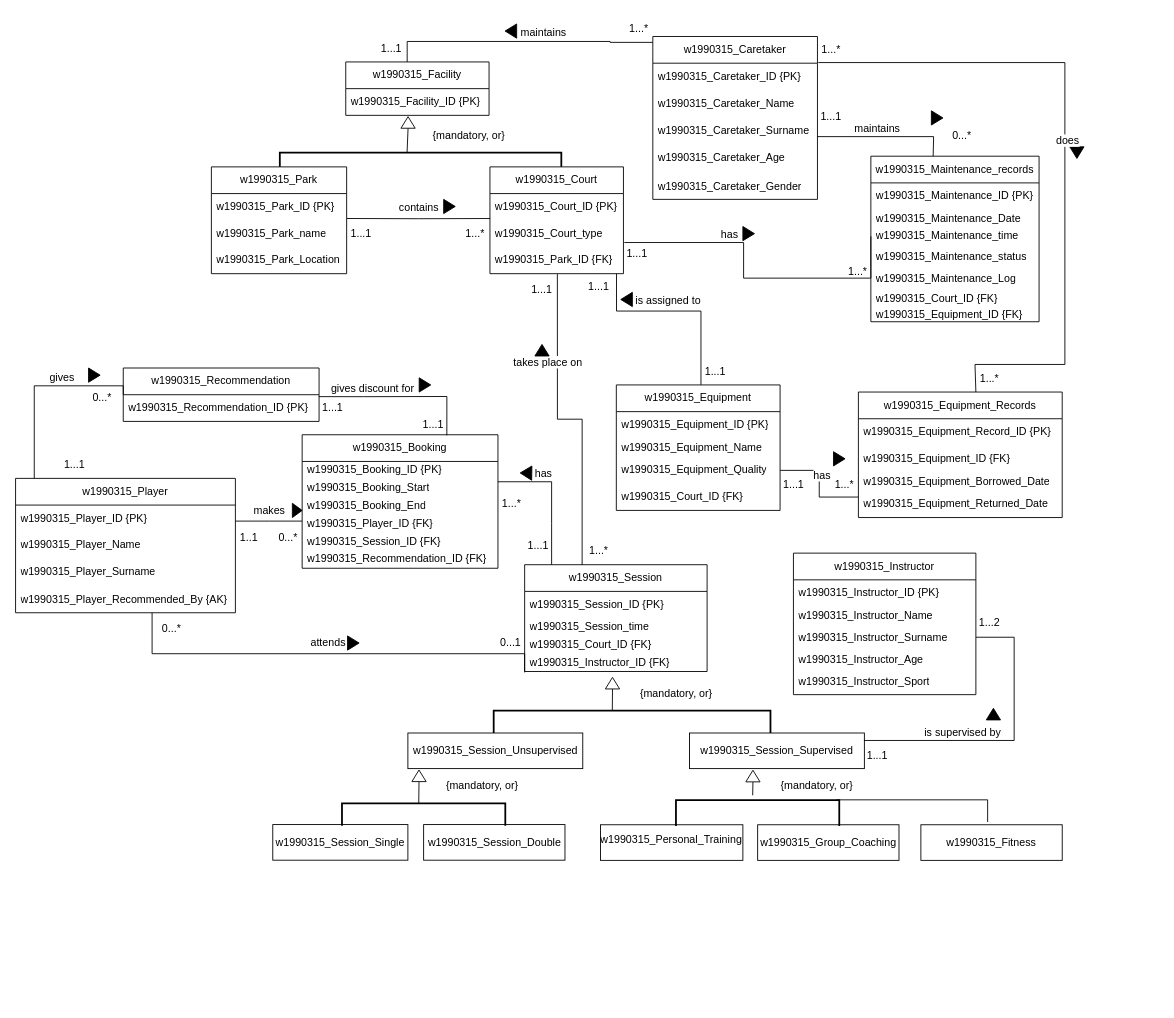
Earlier version of the draw.io diagram page "Strona-1" (1 of 3) of DB_cwk.drawio (frajdzia/DB_cwk). Source tidied: cells renumbered, new cells numbered last; positions are measured from the earlier drawing's top-left corner, leaving out a move shared by most shapes. Both pictures are drawn from the tidied source at 89%, with x=0, y=0 at pixel (15, 15).
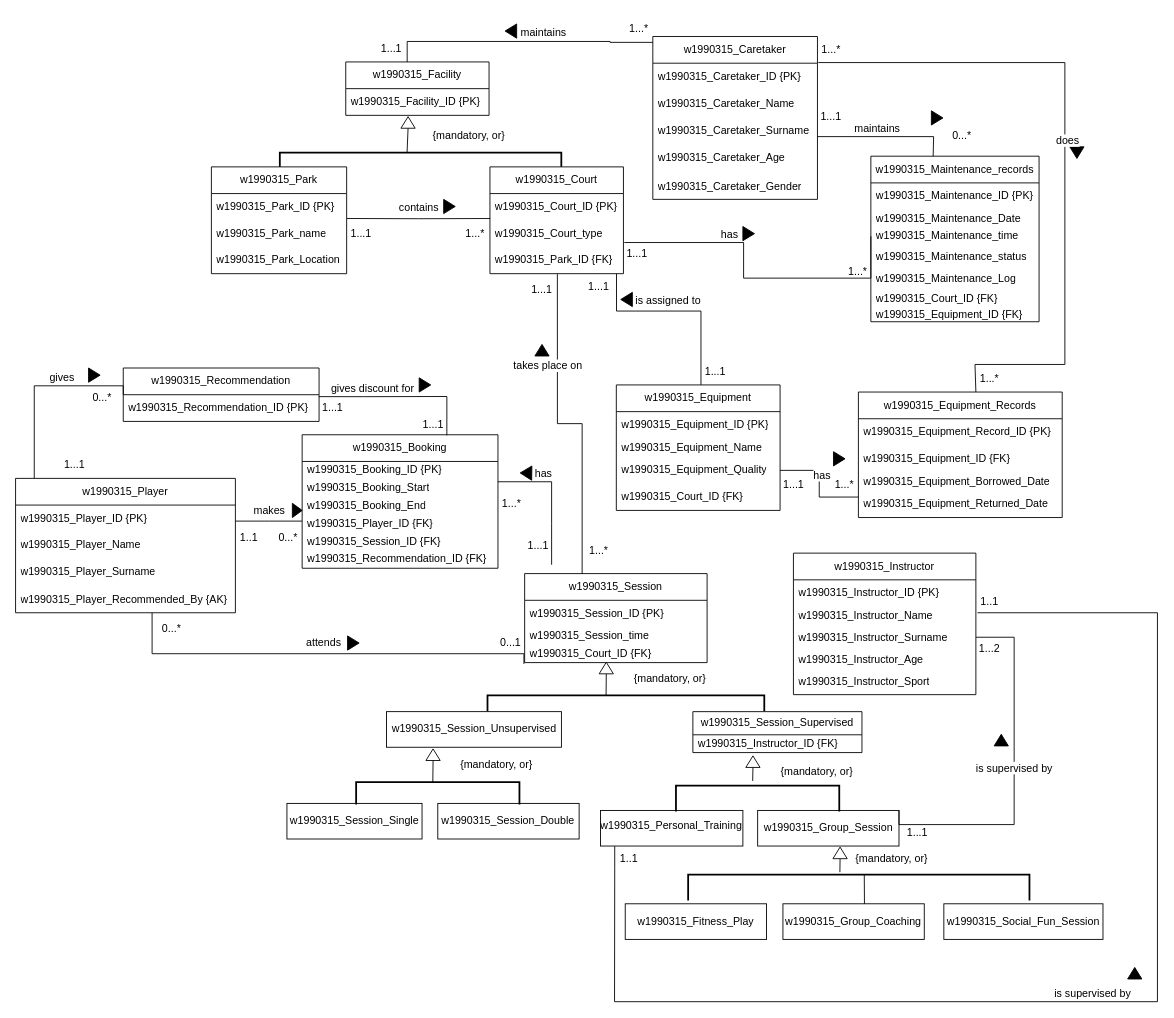
The same diagram, later.

Unchanged cells that the change refers to:
```xml
<mxCell id="20" value="w1990315_Court_ID {FK}" style="text;strokeColor=none;fillColor=none;align=left;verticalAlign=middle;spacingLeft=4;spacingRight=4;overflow=hidden;points=[[0,0.5],[1,0.5]];portConstraint=eastwest;whiteSpace=wrap;html=1;" parent="17" vertex="1">
  <mxGeometry y="80" width="205" height="20" as="geometry" />
</mxCell>
<mxCell id="26" value="&lt;span style=&quot;text-align: center;&quot;&gt;w1990315_&lt;/span&gt;Player_Recommended_By {AK}" style="text;strokeColor=none;fillColor=none;align=left;verticalAlign=middle;spacingLeft=4;spacingRight=4;overflow=hidden;points=[[0,0.5],[1,0.5]];portConstraint=eastwest;whiteSpace=wrap;html=1;" parent="22" vertex="1">
  <mxGeometry y="120" width="247" height="31" as="geometry" />
</mxCell>
<mxCell id="85" value="&lt;span style=&quot;text-align: center;&quot;&gt;w1990315_Instructor_Surname&lt;/span&gt;" style="text;strokeColor=none;fillColor=none;align=left;verticalAlign=middle;spacingLeft=4;spacingRight=4;overflow=hidden;points=[[0,0.5],[1,0.5]];portConstraint=eastwest;whiteSpace=wrap;html=1;" parent="82" vertex="1">
  <mxGeometry y="80" width="205" height="29" as="geometry" />
</mxCell>
```

What changed in the source:
```diff
@@
     <mxCell id="17" value="w1990315_Session" style="swimlane;fontStyle=0;horizontal=1;startSize=30;whiteSpace=wrap;html=1;" parent="1" vertex="1">
-      <mxGeometry x="572" y="617" width="205" height="120" as="geometry" />
+      <mxGeometry x="572" y="627" width="205" height="100" as="geometry" />
     </mxCell>
@@
-    <mxCell id="21" value="w1990315_Instructor_ID {FK}" style="text;strokeColor=none;fillColor=none;align=left;verticalAlign=middle;spacingLeft=4;spacingRight=4;overflow=hidden;whiteSpace=wrap;html=1;" parent="17" vertex="1">
-      <mxGeometry y="100" width="205" height="20" as="geometry" />
-    </mxCell>
@@
-    <mxCell id="51" value="attends" style="endArrow=none;html=1;endSize=12;startArrow=none;startSize=14;startFill=0;edgeStyle=orthogonalEdgeStyle;align=center;verticalAlign=bottom;endFill=0;rounded=0;fontSize=12;exitX=0.621;exitY=1.004;exitDx=0;exitDy=0;exitPerimeter=0;" parent="1" edge="1" source="26">
+    <mxCell id="51" value="attends" style="endArrow=none;html=1;endSize=12;startArrow=none;startSize=14;startFill=0;edgeStyle=orthogonalEdgeStyle;align=center;verticalAlign=bottom;endFill=0;rounded=0;fontSize=12;exitX=0.621;exitY=1.004;exitDx=0;exitDy=0;exitPerimeter=0;entryX=-0.004;entryY=1.076;entryDx=0;entryDy=0;entryPerimeter=0;" parent="1" edge="1" source="26" target="20">
       <mxGeometry y="3" relative="1" as="geometry">
-        <mxPoint x="572" y="738" as="targetPoint" />
         <Array as="points">
           <mxPoint x="153" y="717" />
-          <mxPoint x="572" y="717" />
+          <mxPoint x="571" y="717" />
         </Array>
       </mxGeometry>
     </mxCell>
@@
-    <mxCell id="88" value="is supervised by" style="endArrow=none;html=1;endSize=12;startArrow=none;startSize=14;startFill=0;edgeStyle=orthogonalEdgeStyle;align=center;verticalAlign=bottom;endFill=0;rounded=0;fontSize=12;exitX=1.005;exitY=0.12;exitDx=0;exitDy=0;exitPerimeter=0;entryX=1;entryY=0.5;entryDx=0;entryDy=0;" parent="1" edge="1" target="85">
-      <mxGeometry x="-0.32" relative="1" as="geometry">
-        <mxPoint x="953.2" y="814.5" as="sourcePoint" />
+    <mxCell id="88" value="is supervised by" style="endArrow=none;html=1;endSize=12;startArrow=none;startSize=14;startFill=0;edgeStyle=orthogonalEdgeStyle;align=center;verticalAlign=bottom;endFill=0;rounded=0;fontSize=12;entryX=1;entryY=0.5;entryDx=0;entryDy=0;exitX=1;exitY=0;exitDx=0;exitDy=0;" parent="1" edge="1" source="133" target="85">
+      <mxGeometry relative="1" as="geometry">
         <Array as="points">
-          <mxPoint x="1122" y="814" />
-          <mxPoint x="1122" y="698" />
+          <mxPoint x="1122" y="909" />
+          <mxPoint x="1122" y="699" />
         </Array>
       </mxGeometry>
     </mxCell>
     <mxCell id="89" style="triangle;whiteSpace=wrap;html=1;fillColor=#000000;rotation=-90;" parent="1" vertex="1">
-      <mxGeometry x="1092.2" y="776.9" width="13" height="16" as="geometry" />
+      <mxGeometry x="1101" y="806.1" width="13" height="16" as="geometry" />
     </mxCell>
@@
     <mxCell id="107" value="1...1" style="text;html=1;align=center;verticalAlign=middle;whiteSpace=wrap;rounded=0;" parent="1" vertex="1">
-      <mxGeometry x="953.2" y="816.5" width="31" height="30" as="geometry" />
+      <mxGeometry x="998" y="902.8" width="31" height="30" as="geometry" />
     </mxCell>
     <mxCell id="108" value="1...2" style="text;html=1;align=center;verticalAlign=middle;whiteSpace=wrap;rounded=0;" parent="1" vertex="1">
-      <mxGeometry x="1079" y="667" width="31" height="30" as="geometry" />
+      <mxGeometry x="1079" y="697" width="31" height="30" as="geometry" />
     </mxCell>
@@
     <mxCell id="116" style="strokeWidth=2;html=1;shape=mxgraph.flowchart.annotation_1;align=left;rotation=90;" parent="1" vertex="1">
-      <mxGeometry x="680.1" y="638" width="25.2" height="311" as="geometry" />
+      <mxGeometry x="676.8" y="617.3" width="17.9" height="311" as="geometry" />
     </mxCell>
     <mxCell id="117" style="endArrow=none;html=1;rounded=0;exitX=-0.149;exitY=0.562;exitDx=0;exitDy=0;exitPerimeter=0;entryX=0;entryY=0.5;entryDx=0;entryDy=0;" parent="1" edge="1" target="118">
       <mxGeometry relative="1" as="geometry">
-        <mxPoint x="670.5" y="780.9" as="sourcePoint" />
+        <mxPoint x="663.5" y="763.9" as="sourcePoint" />
       </mxGeometry>
     </mxCell>
     <mxCell id="118" style="triangle;whiteSpace=wrap;html=1;rotation=-90;" parent="1" vertex="1">
-      <mxGeometry x="664.2" y="742.1" width="13" height="16" as="geometry" />
+      <mxGeometry x="657.2" y="725.1" width="13" height="16" as="geometry" />
     </mxCell>
     <mxCell id="119" value="{mandatory, or}" style="text;strokeColor=none;fillColor=none;align=left;verticalAlign=middle;spacingLeft=4;spacingRight=4;overflow=hidden;whiteSpace=wrap;html=1;" parent="1" vertex="1">
-      <mxGeometry x="695.8" y="746.9" width="104" height="30" as="geometry" />
+      <mxGeometry x="688.8" y="729.9" width="104" height="30" as="geometry" />
     </mxCell>
     <mxCell id="120" value="w1990315_Session_Unsupervised" style="rounded=0;whiteSpace=wrap;html=1;fillColor=none;" parent="1" vertex="1">
-      <mxGeometry x="440.8" y="806.1" width="196.5" height="40" as="geometry" />
+      <mxGeometry x="416.8" y="782.1" width="196.5" height="40" as="geometry" />
     </mxCell>
-    <mxCell id="121" value="w1990315_Session_Supervised" style="rounded=0;whiteSpace=wrap;html=1;fillColor=none;" parent="1" vertex="1">
-      <mxGeometry x="757.2" y="806.1" width="196.5" height="40" as="geometry" />
-    </mxCell>
     <mxCell id="122" style="strokeWidth=2;html=1;shape=mxgraph.flowchart.annotation_1;align=left;rotation=90;" parent="1" vertex="1">
-      <mxGeometry x="445.9" y="805.9" width="25.2" height="183.5" as="geometry" />
+      <mxGeometry x="461.8" y="782.1" width="25.2" height="183.5" as="geometry" />
     </mxCell>
     <mxCell id="123" style="endArrow=none;html=1;rounded=0;exitX=-0.149;exitY=0.562;exitDx=0;exitDy=0;exitPerimeter=0;entryX=0;entryY=0.5;entryDx=0;entryDy=0;" parent="1" edge="1" target="124">
       <mxGeometry relative="1" as="geometry">
-        <mxPoint x="453" y="885" as="sourcePoint" />
+        <mxPoint x="468.8" y="861.3" as="sourcePoint" />
       </mxGeometry>
     </mxCell>
     <mxCell id="124" style="triangle;whiteSpace=wrap;html=1;rotation=-90;" parent="1" vertex="1">
-      <mxGeometry x="446.8" y="846.2" width="13" height="16" as="geometry" />
+      <mxGeometry x="462.6" y="822.5" width="13" height="16" as="geometry" />
     </mxCell>
     <mxCell id="125" value="{mandatory, or}" style="text;strokeColor=none;fillColor=none;align=left;verticalAlign=middle;spacingLeft=4;spacingRight=4;overflow=hidden;whiteSpace=wrap;html=1;" parent="1" vertex="1">
-      <mxGeometry x="478.2" y="851" width="104" height="30" as="geometry" />
+      <mxGeometry x="494.1" y="827.2" width="104" height="30" as="geometry" />
     </mxCell>
     <mxCell id="126" value="w1990315_Session_Single" style="rounded=0;whiteSpace=wrap;html=1;fillColor=none;" parent="1" vertex="1">
-      <mxGeometry x="289" y="909" width="151.8" height="40" as="geometry" />
+      <mxGeometry x="304.9" y="885.2" width="151.8" height="40" as="geometry" />
     </mxCell>
     <mxCell id="127" value="w1990315_Session_Double" style="rounded=0;whiteSpace=wrap;html=1;fillColor=none;" parent="1" vertex="1">
-      <mxGeometry x="458.5" y="909" width="158.8" height="40" as="geometry" />
+      <mxGeometry x="474.4" y="885.2" width="158.8" height="40" as="geometry" />
     </mxCell>
     <mxCell id="128" style="strokeWidth=2;html=1;shape=mxgraph.flowchart.annotation_1;align=left;rotation=90;" parent="1" vertex="1">
-      <mxGeometry x="819.2" y="804.2" width="29.1" height="183.5" as="geometry" />
+      <mxGeometry x="819.2" y="788" width="29.1" height="183.5" as="geometry" />
     </mxCell>
     <mxCell id="129" style="endArrow=none;html=1;rounded=0;entryX=0;entryY=0.5;entryDx=0;entryDy=0;" parent="1" edge="1" target="130">
       <mxGeometry relative="1" as="geometry">
-        <mxPoint x="828.2" y="876.1" as="sourcePoint" />
+        <mxPoint x="828.2" y="859.9" as="sourcePoint" />
       </mxGeometry>
     </mxCell>
     <mxCell id="130" style="triangle;whiteSpace=wrap;html=1;rotation=-90;" parent="1" vertex="1">
-      <mxGeometry x="822" y="846.5" width="13" height="16" as="geometry" />
+      <mxGeometry x="822" y="830.3" width="13" height="16" as="geometry" />
     </mxCell>
     <mxCell id="131" value="{mandatory, or}" style="text;strokeColor=none;fillColor=none;align=left;verticalAlign=middle;spacingLeft=4;spacingRight=4;overflow=hidden;whiteSpace=wrap;html=1;" parent="1" vertex="1">
-      <mxGeometry x="853.5" y="851.2" width="104" height="30" as="geometry" />
+      <mxGeometry x="853.5" y="835.1" width="104" height="30" as="geometry" />
     </mxCell>
     <mxCell id="132" value="&lt;table&gt;&lt;tbody&gt;&lt;tr&gt;&lt;td&gt;w1990315_Personal_Training&lt;/td&gt;&lt;/tr&gt;&lt;/tbody&gt;&lt;/table&gt;&lt;table&gt;&lt;tbody&gt;&lt;tr&gt;&lt;td&gt;&lt;/td&gt;&lt;/tr&gt;&lt;/tbody&gt;&lt;/table&gt;" style="rounded=0;whiteSpace=wrap;html=1;fillColor=none;" parent="1" vertex="1">
-      <mxGeometry x="657.2" y="909.2" width="160" height="40" as="geometry" />
+      <mxGeometry x="657.2" y="893.1" width="160" height="40" as="geometry" />
     </mxCell>
-    <mxCell id="133" value="w1990315_Group_Coaching" style="rounded=0;whiteSpace=wrap;html=1;fillColor=none;" parent="1" vertex="1">
-      <mxGeometry x="833.8" y="909.2" width="158.8" height="40" as="geometry" />
+    <mxCell id="133" value="w1990315_Group_Session" style="rounded=0;whiteSpace=wrap;html=1;fillColor=none;" parent="1" vertex="1">
+      <mxGeometry x="833.8" y="893.1" width="158.8" height="40" as="geometry" />
     </mxCell>
-    <mxCell id="134" style="endArrow=none;html=1;endSize=12;startArrow=none;startSize=14;startFill=0;edgeStyle=orthogonalEdgeStyle;align=center;verticalAlign=bottom;endFill=0;rounded=0;fontSize=12;exitX=1.005;exitY=0.12;exitDx=0;exitDy=0;exitPerimeter=0;" parent="1" edge="1">
-      <mxGeometry y="3" relative="1" as="geometry">
-        <mxPoint x="922.2" y="881.2" as="sourcePoint" />
-        <mxPoint x="1092.2" y="906.1" as="targetPoint" />
-        <Array as="points">
-          <mxPoint x="1092.2" y="881.2" />
-        </Array>
-      </mxGeometry>
-    </mxCell>
-    <mxCell id="135" value="w1990315_Fitness" style="rounded=0;whiteSpace=wrap;html=1;fillColor=none;" parent="1" vertex="1">
-      <mxGeometry x="1017.2" y="909.2" width="158.8" height="40" as="geometry" />
+    <mxCell id="135" value="w1990315_Fitness_Play" style="rounded=0;whiteSpace=wrap;html=1;fillColor=none;" parent="1" vertex="1">
+      <mxGeometry x="685" y="998" width="158.8" height="40" as="geometry" />
     </mxCell>
@@
+    <mxCell id="141" value="w1990315_Group_Coaching" style="rounded=0;whiteSpace=wrap;html=1;fillColor=none;" parent="1" vertex="1">
+      <mxGeometry x="862.2" y="998" width="158.8" height="40" as="geometry" />
+    </mxCell>
+    <mxCell id="142" value="w1990315_Social_Fun_Session" style="rounded=0;whiteSpace=wrap;html=1;fillColor=none;" parent="1" vertex="1">
+      <mxGeometry x="1043" y="998" width="178.8" height="40" as="geometry" />
+    </mxCell>
+    <mxCell id="143" style="strokeWidth=2;html=1;shape=mxgraph.flowchart.annotation_1;align=left;rotation=90;" parent="1" vertex="1">
+      <mxGeometry x="932.9" y="788" width="29.1" height="383.5" as="geometry" />
+    </mxCell>
+    <mxCell id="144" style="endArrow=none;html=1;rounded=0;entryX=-0.005;entryY=0.484;entryDx=0;entryDy=0;entryPerimeter=0;" parent="1" edge="1" target="143">
+      <mxGeometry relative="1" as="geometry">
+        <mxPoint x="953.8" y="998" as="sourcePoint" />
+      </mxGeometry>
+    </mxCell>
+    <mxCell id="145" style="endArrow=none;html=1;rounded=0;entryX=0;entryY=0.5;entryDx=0;entryDy=0;" parent="1" edge="1" target="146">
+      <mxGeometry relative="1" as="geometry">
+        <mxPoint x="926.2" y="962.5" as="sourcePoint" />
+      </mxGeometry>
+    </mxCell>
+    <mxCell id="146" style="triangle;whiteSpace=wrap;html=1;rotation=-90;" parent="1" vertex="1">
+      <mxGeometry x="919.9" y="932.8" width="13" height="16" as="geometry" />
+    </mxCell>
+    <mxCell id="147" value="{mandatory, or}" style="text;strokeColor=none;fillColor=none;align=left;verticalAlign=middle;spacingLeft=4;spacingRight=4;overflow=hidden;whiteSpace=wrap;html=1;" parent="1" vertex="1">
+      <mxGeometry x="938" y="932.8" width="104" height="30" as="geometry" />
+    </mxCell>
+    <mxCell id="148" value="is supervised by" style="endArrow=none;html=1;endSize=12;startArrow=none;startSize=14;startFill=0;edgeStyle=orthogonalEdgeStyle;align=center;verticalAlign=bottom;endFill=0;rounded=0;fontSize=12;entryX=1;entryY=0.5;entryDx=0;entryDy=0;exitX=0.1;exitY=1.005;exitDx=0;exitDy=0;exitPerimeter=0;" parent="1" edge="1" source="132">
+      <mxGeometry relative="1" as="geometry">
+        <mxPoint x="1080.8" y="671" as="targetPoint" />
+        <Array as="points">
+          <mxPoint x="673" y="958" />
+          <mxPoint x="673" y="958" />
+          <mxPoint x="673" y="1108" />
+          <mxPoint x="1283" y="1108" />
+          <mxPoint x="1283" y="671" />
+        </Array>
+      </mxGeometry>
+    </mxCell>
+    <mxCell id="149" style="triangle;whiteSpace=wrap;html=1;fillColor=#000000;rotation=-90;" parent="1" vertex="1">
+      <mxGeometry x="1251" y="1068" width="13" height="16" as="geometry" />
+    </mxCell>
+    <mxCell id="150" value="1..1" style="text;html=1;align=center;verticalAlign=middle;whiteSpace=wrap;rounded=0;" parent="1" vertex="1">
+      <mxGeometry x="1079" y="644" width="31" height="30" as="geometry" />
+    </mxCell>
+    <mxCell id="151" value="1..1" style="text;html=1;align=center;verticalAlign=middle;whiteSpace=wrap;rounded=0;" parent="1" vertex="1">
+      <mxGeometry x="674.4" y="933.1" width="31" height="30" as="geometry" />
+    </mxCell>
+    <mxCell id="121" value="w1990315_Session_Supervised" style="swimlane;fontStyle=0;horizontal=1;startSize=26;fillColor=none;whiteSpace=wrap;html=1;" parent="1" vertex="1">
+      <mxGeometry x="761" y="782.1" width="190" height="46" as="geometry" />
+    </mxCell>
+    <mxCell id="21" value="w1990315_Instructor_ID {FK}" style="text;strokeColor=none;fillColor=none;align=left;verticalAlign=middle;spacingLeft=4;spacingRight=4;overflow=hidden;whiteSpace=wrap;html=1;" parent="121" vertex="1">
+      <mxGeometry y="26" width="190" height="20" as="geometry" />
+    </mxCell>
```
